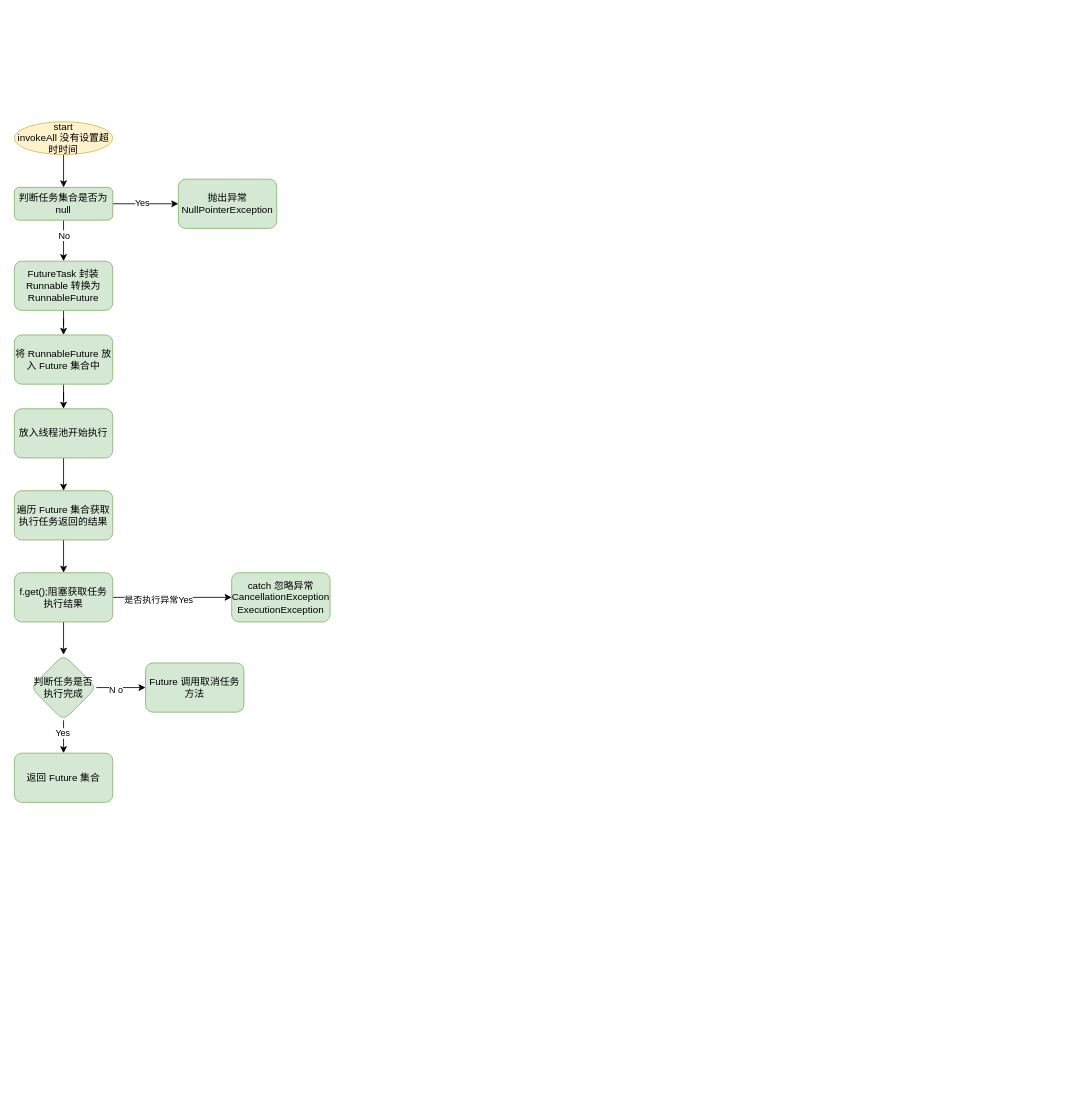
The draw.io diagram utilsdemo/src/main/resources/FlowDiagram/未命名绘图.drawio in an-1024/WorkUtil, before the edit. Source tidied: cells renumbered, new cells numbered last; positions are measured from the earlier drawing's top-left corner, leaving out a move shared by most shapes. Both pictures are drawn from the tidied source at 82%, with x=0, y=0 at pixel (14, 121).
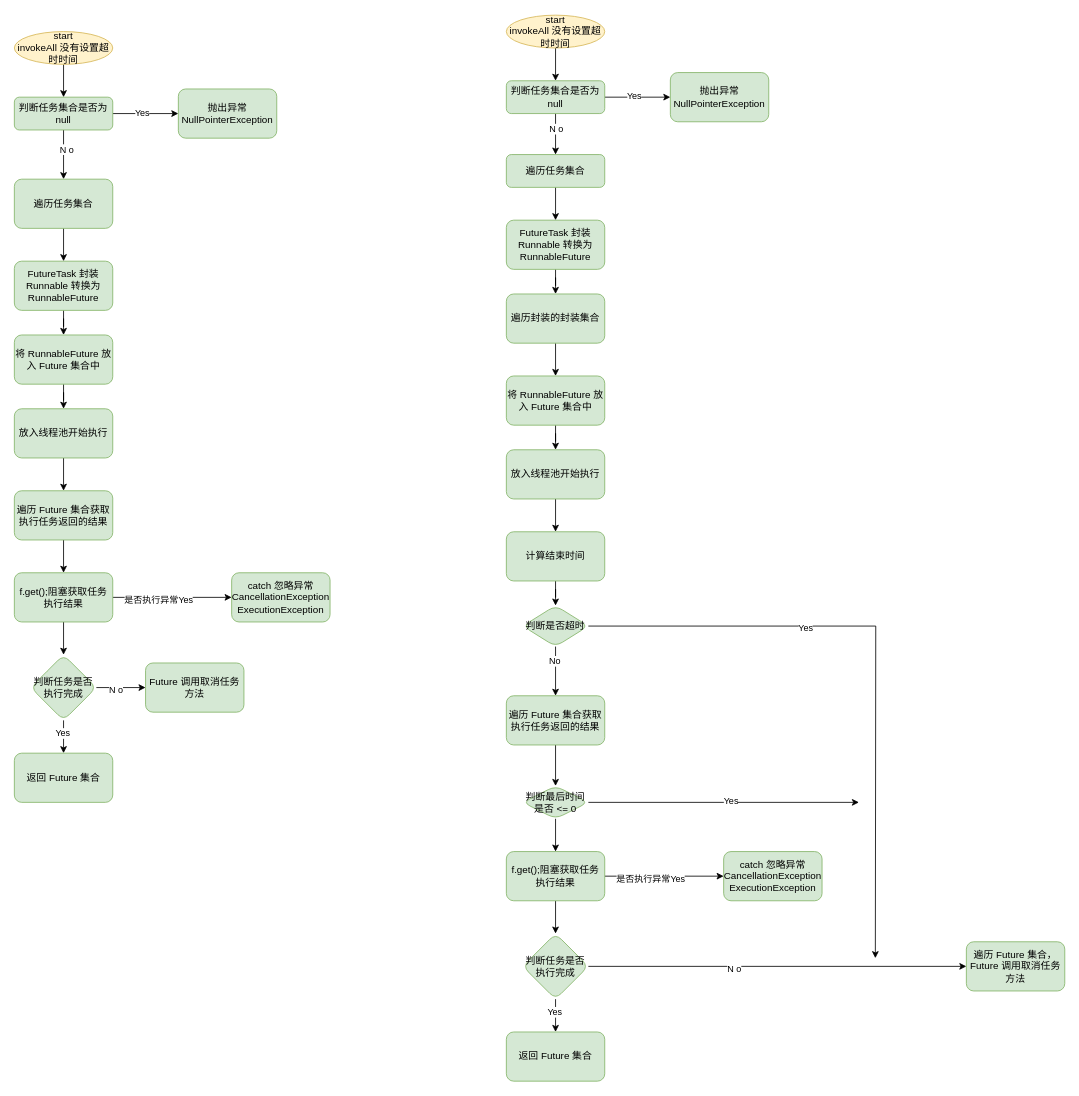
After the change.

Commit message:
AbstractExecutorServiced-invokeAll

The change refers to these unchanged cells:
```xml
<mxCell id="11" value="FutureTask 封装 Runnable 转换为RunnableFuture" style="whiteSpace=wrap;html=1;fillColor=#d5e8d4;strokeColor=#82b366;rounded=1;" parent="1" vertex="1">
  <mxGeometry y="170" width="120" height="60" as="geometry" />
</mxCell>
```

What changed in the source:
```diff
@@
-    <mxCell id="4" style="edgeStyle=orthogonalEdgeStyle;rounded=0;jettySize=auto;html=1;" parent="1" edge="1" source="6" target="11">
-      <mxGeometry relative="1" as="geometry" />
-    </mxCell>
-    <mxCell id="5" value="No" style="edgeLabel;html=1;align=center;verticalAlign=middle;" parent="4" vertex="1">
-      <mxGeometry x="-0.29" relative="1" as="geometry" />
-    </mxCell>
+    <mxCell id="30" style="edgeStyle=orthogonalEdgeStyle;rounded=0;jettySize=auto;html=1;" parent="1" edge="1" source="6" target="61">
+      <mxGeometry relative="1" as="geometry" />
+    </mxCell>
+    <mxCell id="31" value="N o" style="edgeLabel;html=1;align=center;verticalAlign=middle;" parent="30" vertex="1">
+      <mxGeometry x="-0.23" y="3" relative="1" as="geometry" />
+    </mxCell>
     <mxCell id="6" value="判断任务集合是否为 null" style="rounded=1;whiteSpace=wrap;html=1;fillColor=#d5e8d4;strokeColor=#82b366;" parent="1" vertex="1">
-      <mxGeometry y="80" width="120" height="40" as="geometry" />
+      <mxGeometry y="-30" width="120" height="40" as="geometry" />
     </mxCell>
@@
     <mxCell id="8" value="start&lt;br&gt;invokeAll 没有设置超时时间" style="ellipse;whiteSpace=wrap;html=1;fillColor=#fff2cc;strokeColor=#d6b656;" parent="1" vertex="1">
-      <mxGeometry width="120" height="40" as="geometry" />
+      <mxGeometry y="-110" width="120" height="40" as="geometry" />
     </mxCell>
     <mxCell id="9" value="抛出异常NullPointerException" style="whiteSpace=wrap;html=1;fillColor=#d5e8d4;strokeColor=#82b366;rounded=1;" parent="1" vertex="1">
-      <mxGeometry x="200" y="70" width="120" height="60" as="geometry" />
+      <mxGeometry x="200" y="-40" width="120" height="60" as="geometry" />
     </mxCell>
@@
+    <mxCell id="32" style="edgeStyle=orthogonalEdgeStyle;rounded=0;jettySize=auto;html=1;" parent="1" edge="1" source="36" target="39">
+      <mxGeometry relative="1" as="geometry" />
+    </mxCell>
+    <mxCell id="33" value="Yes" style="edgeLabel;html=1;align=center;verticalAlign=middle;" parent="32" vertex="1">
+      <mxGeometry x="-0.13" y="2" relative="1" as="geometry" />
+    </mxCell>
+    <mxCell id="34" style="edgeStyle=orthogonalEdgeStyle;rounded=0;jettySize=auto;html=1;" parent="1" edge="1" source="36" target="63">
+      <mxGeometry relative="1" as="geometry" />
+    </mxCell>
+    <mxCell id="35" value="N o" style="edgeLabel;html=1;align=center;verticalAlign=middle;" parent="34" vertex="1">
+      <mxGeometry x="-0.3" relative="1" as="geometry" />
+    </mxCell>
+    <mxCell id="36" value="判断任务集合是否为 null" style="rounded=1;whiteSpace=wrap;html=1;fillColor=#d5e8d4;strokeColor=#82b366;" parent="1" vertex="1">
+      <mxGeometry x="600" y="-50" width="120" height="40" as="geometry" />
+    </mxCell>
+    <mxCell id="37" style="edgeStyle=orthogonalEdgeStyle;rounded=0;jettySize=auto;html=1;exitX=0.5;exitY=1;exitDx=0;exitDy=0;entryX=0.5;entryY=0;entryDx=0;entryDy=0;" parent="1" edge="1" source="38" target="36">
+      <mxGeometry relative="1" as="geometry" />
+    </mxCell>
+    <mxCell id="38" value="start&lt;br&gt;invokeAll 没有设置超时时间" style="ellipse;whiteSpace=wrap;html=1;fillColor=#fff2cc;strokeColor=#d6b656;" parent="1" vertex="1">
+      <mxGeometry x="600" y="-130" width="120" height="40" as="geometry" />
+    </mxCell>
+    <mxCell id="39" value="抛出异常NullPointerException" style="whiteSpace=wrap;html=1;fillColor=#d5e8d4;strokeColor=#82b366;rounded=1;" parent="1" vertex="1">
+      <mxGeometry x="800" y="-60" width="120" height="60" as="geometry" />
+    </mxCell>
+    <mxCell id="40" style="edgeStyle=orthogonalEdgeStyle;rounded=0;jettySize=auto;html=1;" parent="1" edge="1" source="41" target="65">
+      <mxGeometry relative="1" as="geometry" />
+    </mxCell>
+    <mxCell id="41" value="FutureTask 封装 Runnable 转换为RunnableFuture" style="whiteSpace=wrap;html=1;fillColor=#d5e8d4;strokeColor=#82b366;rounded=1;" parent="1" vertex="1">
+      <mxGeometry x="600" y="120" width="120" height="60" as="geometry" />
+    </mxCell>
+    <mxCell id="42" style="edgeStyle=orthogonalEdgeStyle;rounded=0;jettySize=auto;html=1;" parent="1" edge="1" source="43" target="45">
+      <mxGeometry relative="1" as="geometry" />
+    </mxCell>
+    <mxCell id="43" value="将 RunnableFuture 放入 Future 集合中" style="whiteSpace=wrap;html=1;fillColor=#d5e8d4;strokeColor=#82b366;rounded=1;" parent="1" vertex="1">
+      <mxGeometry x="600" y="310" width="120" height="60" as="geometry" />
+    </mxCell>
+    <mxCell id="44" style="edgeStyle=orthogonalEdgeStyle;rounded=0;jettySize=auto;html=1;" parent="1" edge="1" source="45" target="67">
+      <mxGeometry relative="1" as="geometry" />
+    </mxCell>
+    <mxCell id="45" value="放入线程池开始执行" style="whiteSpace=wrap;html=1;fillColor=#d5e8d4;strokeColor=#82b366;rounded=1;" parent="1" vertex="1">
+      <mxGeometry x="600" y="400" width="120" height="60" as="geometry" />
+    </mxCell>
+    <mxCell id="46" style="edgeStyle=orthogonalEdgeStyle;rounded=0;jettySize=auto;html=1;entryX=0.5;entryY=0;entryDx=0;entryDy=0;" parent="1" edge="1" source="47" target="75">
+      <mxGeometry relative="1" as="geometry" />
+    </mxCell>
+    <mxCell id="47" value="遍历 Future 集合获取执行任务返回的结果" style="whiteSpace=wrap;html=1;fillColor=#d5e8d4;strokeColor=#82b366;rounded=1;" parent="1" vertex="1">
+      <mxGeometry x="600" y="700" width="120" height="60" as="geometry" />
+    </mxCell>
+    <mxCell id="48" style="edgeStyle=orthogonalEdgeStyle;rounded=0;jettySize=auto;html=1;" parent="1" edge="1" source="51" target="52">
+      <mxGeometry relative="1" as="geometry" />
+    </mxCell>
+    <mxCell id="49" value="是否执行异常Yes" style="edgeLabel;html=1;align=center;verticalAlign=middle;" parent="48" vertex="1">
+      <mxGeometry x="-0.24" y="-2" relative="1" as="geometry" />
+    </mxCell>
+    <mxCell id="50" style="edgeStyle=orthogonalEdgeStyle;rounded=0;jettySize=auto;html=1;" parent="1" edge="1" source="51" target="57">
+      <mxGeometry relative="1" as="geometry" />
+    </mxCell>
+    <mxCell id="51" value="f.get();阻塞获取任务执行结果" style="whiteSpace=wrap;html=1;fillColor=#d5e8d4;strokeColor=#82b366;rounded=1;" parent="1" vertex="1">
+      <mxGeometry x="600" y="890" width="120" height="60" as="geometry" />
+    </mxCell>
+    <mxCell id="52" value="catch 忽略异常&lt;br&gt;CancellationException&lt;br&gt;ExecutionException" style="whiteSpace=wrap;html=1;fillColor=#d5e8d4;strokeColor=#82b366;rounded=1;" parent="1" vertex="1">
+      <mxGeometry x="865" y="890" width="120" height="60" as="geometry" />
+    </mxCell>
+    <mxCell id="53" style="edgeStyle=orthogonalEdgeStyle;rounded=0;jettySize=auto;html=1;" parent="1" edge="1" source="57" target="58">
+      <mxGeometry relative="1" as="geometry" />
+    </mxCell>
+    <mxCell id="54" value="Yes" style="edgeLabel;html=1;align=center;verticalAlign=middle;" parent="53" vertex="1">
+      <mxGeometry x="-0.26" y="-2" relative="1" as="geometry" />
+    </mxCell>
+    <mxCell id="55" style="edgeStyle=orthogonalEdgeStyle;rounded=0;jettySize=auto;html=1;" parent="1" edge="1" source="57" target="59">
+      <mxGeometry relative="1" as="geometry" />
+    </mxCell>
+    <mxCell id="56" value="N o" style="edgeLabel;html=1;align=center;verticalAlign=middle;" parent="55" vertex="1">
+      <mxGeometry x="-0.23" y="-2" relative="1" as="geometry" />
+    </mxCell>
+    <mxCell id="57" value="判断任务是否执行完成" style="rhombus;whiteSpace=wrap;html=1;fillColor=#d5e8d4;strokeColor=#82b366;rounded=1;" parent="1" vertex="1">
+      <mxGeometry x="620" y="990" width="80" height="80" as="geometry" />
+    </mxCell>
+    <mxCell id="58" value="返回 Future 集合" style="whiteSpace=wrap;html=1;fillColor=#d5e8d4;strokeColor=#82b366;rounded=1;" parent="1" vertex="1">
+      <mxGeometry x="600" y="1110" width="120" height="60" as="geometry" />
+    </mxCell>
+    <mxCell id="59" value="遍历 Future 集合， Future 调用取消任务方法" style="whiteSpace=wrap;html=1;fillColor=#d5e8d4;strokeColor=#82b366;rounded=1;" parent="1" vertex="1">
+      <mxGeometry x="1161" y="1000" width="120" height="60" as="geometry" />
+    </mxCell>
+    <mxCell id="60" style="edgeStyle=orthogonalEdgeStyle;rounded=0;jettySize=auto;html=1;entryX=0.5;entryY=0;entryDx=0;entryDy=0;" parent="1" edge="1" source="61" target="11">
+      <mxGeometry relative="1" as="geometry" />
+    </mxCell>
+    <mxCell id="61" value="遍历任务集合" style="whiteSpace=wrap;html=1;fillColor=#d5e8d4;strokeColor=#82b366;rounded=1;" parent="1" vertex="1">
+      <mxGeometry y="70" width="120" height="60" as="geometry" />
+    </mxCell>
+    <mxCell id="62" style="edgeStyle=orthogonalEdgeStyle;rounded=0;jettySize=auto;html=1;entryX=0.5;entryY=0;entryDx=0;entryDy=0;" parent="1" edge="1" source="63" target="41">
+      <mxGeometry relative="1" as="geometry" />
+    </mxCell>
+    <mxCell id="63" value="遍历任务集合" style="whiteSpace=wrap;html=1;fillColor=#d5e8d4;strokeColor=#82b366;rounded=1;" parent="1" vertex="1">
+      <mxGeometry x="600" y="40" width="120" height="40" as="geometry" />
+    </mxCell>
+    <mxCell id="64" style="edgeStyle=orthogonalEdgeStyle;rounded=0;jettySize=auto;html=1;entryX=0.5;entryY=0;entryDx=0;entryDy=0;" parent="1" edge="1" source="65" target="43">
+      <mxGeometry relative="1" as="geometry" />
+    </mxCell>
+    <mxCell id="65" value="遍历封装的封装集合" style="whiteSpace=wrap;html=1;fillColor=#d5e8d4;strokeColor=#82b366;rounded=1;" parent="1" vertex="1">
+      <mxGeometry x="600" y="210" width="120" height="60" as="geometry" />
+    </mxCell>
+    <mxCell id="66" style="edgeStyle=orthogonalEdgeStyle;rounded=0;jettySize=auto;html=1;" parent="1" edge="1" source="67" target="71">
+      <mxGeometry relative="1" as="geometry" />
+    </mxCell>
+    <mxCell id="67" value="计算结束时间" style="whiteSpace=wrap;html=1;fillColor=#d5e8d4;strokeColor=#82b366;rounded=1;" parent="1" vertex="1">
+      <mxGeometry x="600" y="500" width="120" height="60" as="geometry" />
+    </mxCell>
+    <mxCell id="68" style="edgeStyle=orthogonalEdgeStyle;rounded=0;jettySize=auto;html=1;" parent="1" edge="1" source="71">
+      <mxGeometry relative="1" as="geometry">
+        <mxPoint x="1050" y="1020" as="targetPoint" />
+      </mxGeometry>
+    </mxCell>
+    <mxCell id="69" value="Yes" style="edgeLabel;html=1;align=center;verticalAlign=middle;" parent="68" vertex="1">
+      <mxGeometry x="-0.3" y="-1" relative="1" as="geometry" />
+    </mxCell>
+    <mxCell id="70" style="edgeStyle=orthogonalEdgeStyle;rounded=0;jettySize=auto;html=1;exitX=0.5;exitY=1;exitDx=0;exitDy=0;" parent="1" edge="1" source="71" target="47">
+      <mxGeometry relative="1" as="geometry" />
+    </mxCell>
+    <mxCell id="5" value="No" style="edgeLabel;html=1;align=center;verticalAlign=middle;" parent="70" vertex="1">
+      <mxGeometry x="-0.43" y="-2" relative="1" as="geometry" />
+    </mxCell>
+    <mxCell id="71" value="判断是否超时" style="rhombus;whiteSpace=wrap;html=1;fillColor=#d5e8d4;strokeColor=#82b366;rounded=1;" parent="1" vertex="1">
+      <mxGeometry x="620" y="590" width="80" height="50" as="geometry" />
+    </mxCell>
+    <mxCell id="72" style="edgeStyle=orthogonalEdgeStyle;rounded=0;jettySize=auto;html=1;entryX=0.5;entryY=0;entryDx=0;entryDy=0;" parent="1" edge="1" source="75" target="51">
+      <mxGeometry relative="1" as="geometry" />
+    </mxCell>
+    <mxCell id="73" style="edgeStyle=orthogonalEdgeStyle;rounded=0;jettySize=auto;html=1;exitX=1;exitY=0.5;exitDx=0;exitDy=0;" parent="1" edge="1" source="75">
+      <mxGeometry relative="1" as="geometry">
+        <mxPoint x="1030" y="830" as="targetPoint" />
+      </mxGeometry>
+    </mxCell>
+    <mxCell id="74" value="Yes" style="edgeLabel;html=1;align=center;verticalAlign=middle;" parent="73" vertex="1">
+      <mxGeometry x="0.05" y="3" relative="1" as="geometry" />
+    </mxCell>
+    <mxCell id="75" value="判断最后时间是否 &amp;lt;= 0" style="rhombus;whiteSpace=wrap;html=1;fillColor=#d5e8d4;strokeColor=#82b366;rounded=1;" parent="1" vertex="1">
+      <mxGeometry x="620" y="810" width="80" height="40" as="geometry" />
+    </mxCell>
```
